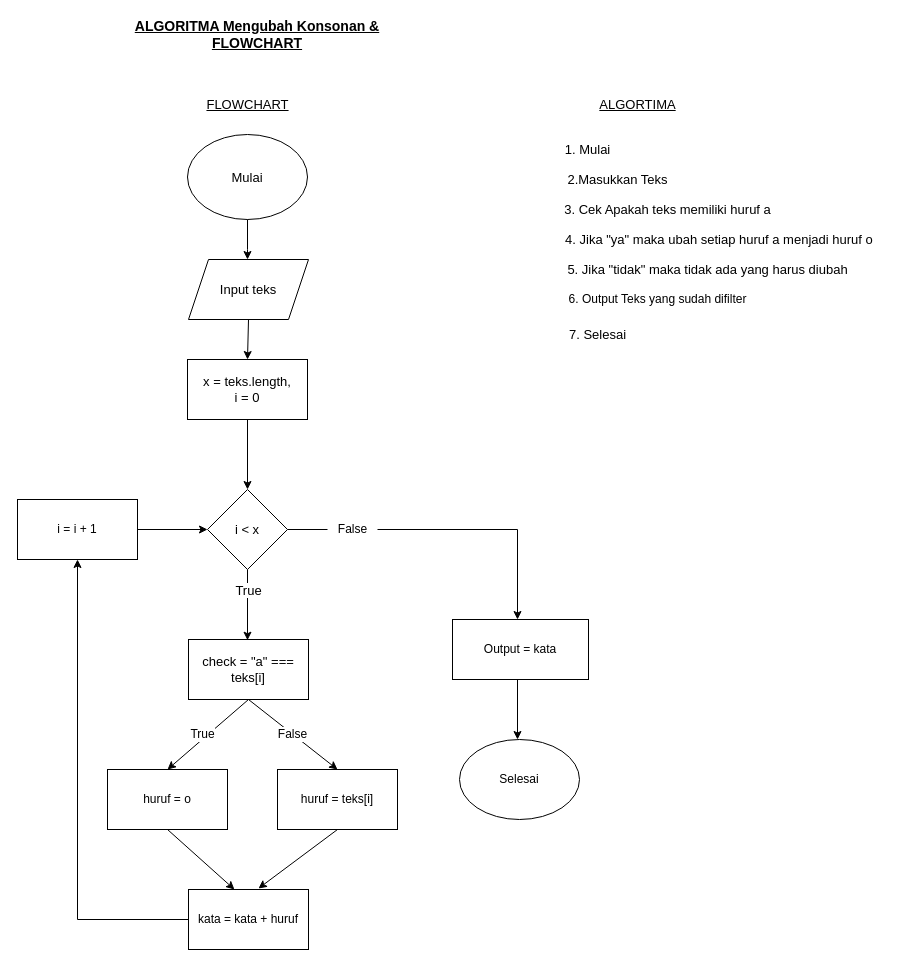
This is soal-1/soal-1-b.drawio from Ramadhan777/fw12-javascript1, a draw.io file, before an edit. Source tidied: cells renumbered, new cells numbered last; positions are measured from the earlier drawing's top-left corner, leaving out a move shared by most shapes. Both pictures are drawn from the tidied source at 100%, with x=0, y=0 at pixel (17, 19).
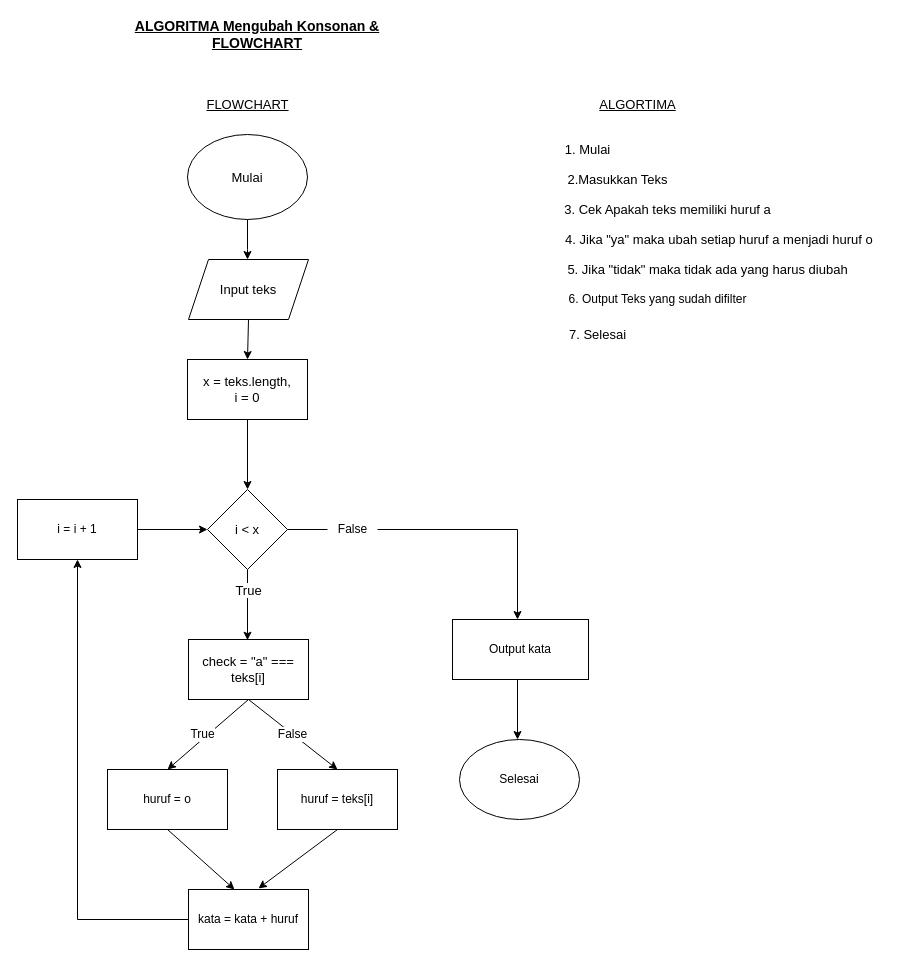
Above is the later version.

What changed in the source:
```diff
@@
-    <mxCell id="37" value="Output = kata" style="rounded=0;whiteSpace=wrap;html=1;labelBackgroundColor=#FFFFFF;" parent="1" vertex="1">
+    <mxCell id="37" value="Output kata" style="rounded=0;whiteSpace=wrap;html=1;labelBackgroundColor=#FFFFFF;" parent="1" vertex="1">
       <mxGeometry x="435" y="600" width="136" height="60" as="geometry" />
     </mxCell>
```
